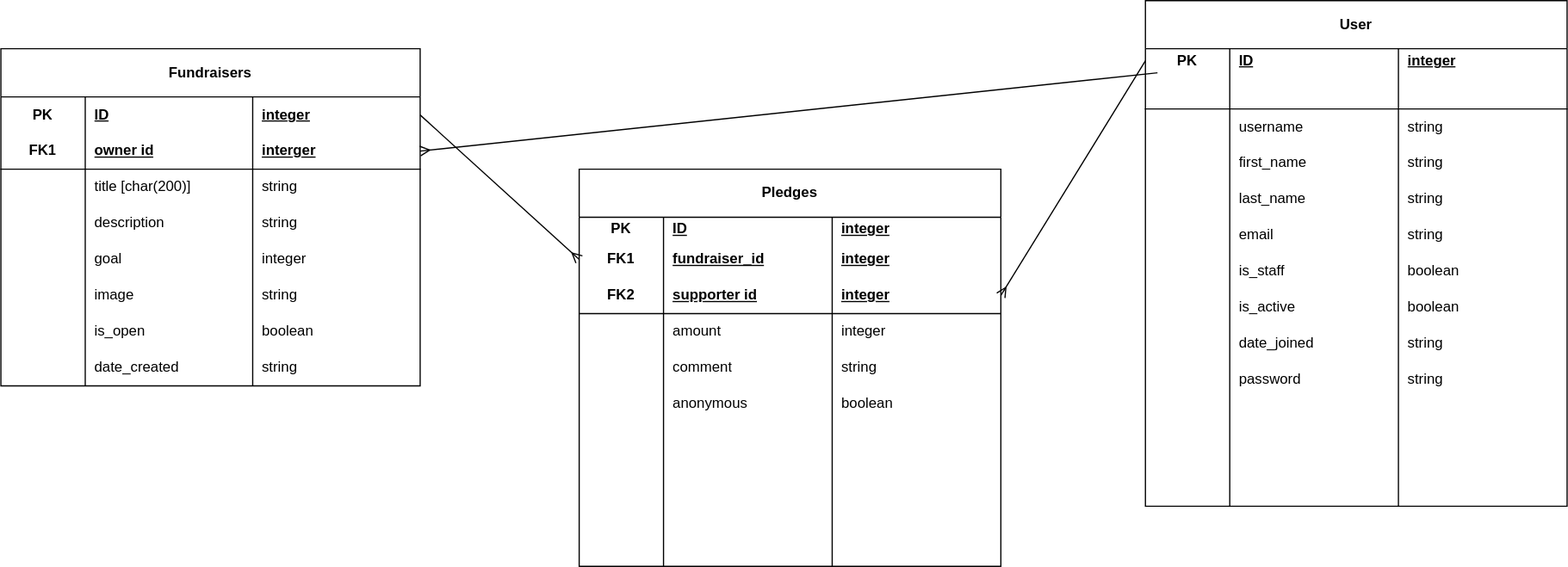
This is database.drawio.svg from blossom-4/crowdfunding_backend, a draw.io export, as it was before one commit. Source tidied: cells renumbered, new cells last; positions are measured from the earlier drawing's top-left corner, leaving out a move shared by most shapes.
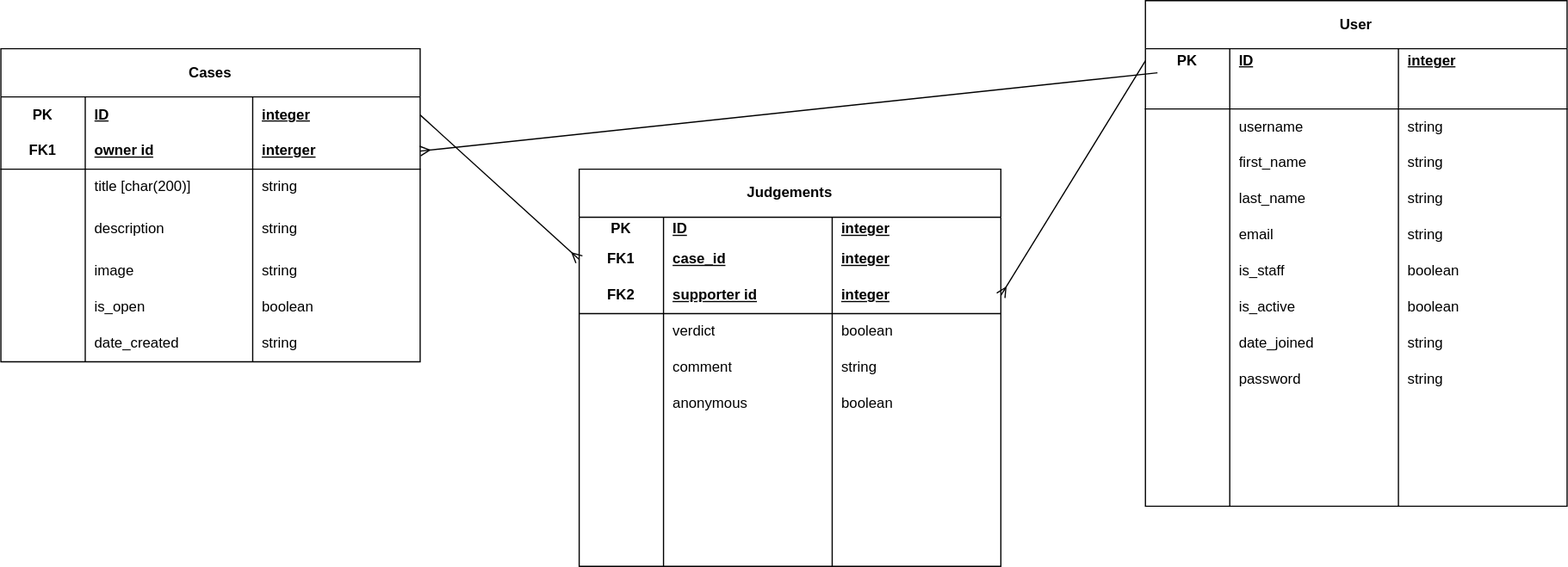
Later version of the same file.

The edit, as a diff of the source:
```diff
@@ -2,8 +2,8 @@
   <root>
     <mxCell id="0" />
     <mxCell id="1" parent="0" />
-    <mxCell id="2" value="Fundraisers" style="shape=table;startSize=40;rowLines=0;fontStyle=1;align=center;html=1;whiteSpace=wrap;" parent="1" vertex="1">
-      <mxGeometry y="40" width="348" height="280" as="geometry" />
+    <mxCell id="2" value="Cases" style="shape=table;startSize=40;rowLines=0;fontStyle=1;align=center;html=1;whiteSpace=wrap;" parent="1" vertex="1">
+      <mxGeometry y="40" width="348" height="260" as="geometry" />
     </mxCell>
     <mxCell id="3" style="shape=tableRow;horizontal=0;startSize=0;swimlaneHead=0;swimlaneBody=0;fillColor=none;points=[[0,0.5],[1,0.5]];portConstraint=eastwest;top=0;left=0;right=0;bottom=0;html=1;" parent="2" vertex="1">
       <mxGeometry y="40" width="348" height="30" as="geometry" />
@@ -42,31 +42,19 @@
       <mxGeometry x="209" width="139" height="30" as="geometry" />
     </mxCell>
     <mxCell id="15" style="shape=tableRow;horizontal=0;startSize=0;swimlaneHead=0;swimlaneBody=0;fillColor=none;top=0;left=0;right=0;bottom=0;html=1;swimlaneFillColor=default;" parent="2" vertex="1">
-      <mxGeometry y="130" width="348" height="30" as="geometry" />
+      <mxGeometry y="130" width="348" height="40" as="geometry" />
     </mxCell>
     <mxCell id="16" style="shape=partialRectangle;fillColor=none;top=0;left=0;bottom=0;right=0;overflow=hidden;html=1;whiteSpace=wrap;" parent="15" vertex="1">
-      <mxGeometry width="70" height="30" as="geometry" />
+      <mxGeometry width="70" height="40" as="geometry" />
     </mxCell>
     <mxCell id="17" value="description" style="shape=partialRectangle;fillColor=none;top=0;left=0;bottom=0;right=0;align=left;spacingLeft=6;overflow=hidden;html=1;whiteSpace=wrap;" parent="15" vertex="1">
-      <mxGeometry x="70" width="139" height="30" as="geometry" />
+      <mxGeometry x="70" width="139" height="40" as="geometry" />
     </mxCell>
     <mxCell id="18" value="string" style="shape=partialRectangle;fillColor=none;top=0;left=0;bottom=0;right=0;align=left;spacingLeft=6;overflow=hidden;html=1;whiteSpace=wrap;" parent="15" vertex="1">
-      <mxGeometry x="209" width="139" height="30" as="geometry" />
+      <mxGeometry x="209" width="139" height="40" as="geometry" />
     </mxCell>
-    <mxCell id="19" style="shape=tableRow;horizontal=0;startSize=0;swimlaneHead=0;swimlaneBody=0;fillColor=none;top=0;left=0;right=0;bottom=0;html=1;swimlaneFillColor=default;" parent="2" vertex="1">
-      <mxGeometry y="160" width="348" height="30" as="geometry" />
-    </mxCell>
-    <mxCell id="20" style="shape=partialRectangle;fillColor=none;top=0;left=0;bottom=0;right=0;overflow=hidden;html=1;whiteSpace=wrap;" parent="19" vertex="1">
-      <mxGeometry width="70" height="30" as="geometry" />
-    </mxCell>
-    <mxCell id="21" value="goal" style="shape=partialRectangle;fillColor=none;top=0;left=0;bottom=0;right=0;align=left;spacingLeft=6;overflow=hidden;html=1;whiteSpace=wrap;" parent="19" vertex="1">
-      <mxGeometry x="70" width="139" height="30" as="geometry" />
-    </mxCell>
-    <mxCell id="22" value="integer" style="shape=partialRectangle;fillColor=none;top=0;left=0;bottom=0;right=0;align=left;spacingLeft=6;overflow=hidden;html=1;whiteSpace=wrap;" parent="19" vertex="1">
-      <mxGeometry x="209" width="139" height="30" as="geometry" />
-    </mxCell>
     <mxCell id="23" style="shape=tableRow;horizontal=0;startSize=0;swimlaneHead=0;swimlaneBody=0;fillColor=none;top=0;left=0;right=0;bottom=0;html=1;swimlaneFillColor=default;" parent="2" vertex="1">
-      <mxGeometry y="190" width="348" height="30" as="geometry" />
+      <mxGeometry y="170" width="348" height="30" as="geometry" />
     </mxCell>
     <mxCell id="24" style="shape=partialRectangle;fillColor=none;top=0;left=0;bottom=0;right=0;overflow=hidden;html=1;whiteSpace=wrap;" parent="23" vertex="1">
       <mxGeometry width="70" height="30" as="geometry" />
@@ -78,7 +66,7 @@
       <mxGeometry x="209" width="139" height="30" as="geometry" />
     </mxCell>
     <mxCell id="27" style="shape=tableRow;horizontal=0;startSize=0;swimlaneHead=0;swimlaneBody=0;fillColor=none;top=0;left=0;right=0;bottom=0;html=1;swimlaneFillColor=default;" parent="2" vertex="1">
-      <mxGeometry y="220" width="348" height="30" as="geometry" />
+      <mxGeometry y="200" width="348" height="30" as="geometry" />
     </mxCell>
     <mxCell id="28" style="shape=partialRectangle;fillColor=none;top=0;left=0;bottom=0;right=0;overflow=hidden;html=1;whiteSpace=wrap;" parent="27" vertex="1">
       <mxGeometry width="70" height="30" as="geometry" />
@@ -90,7 +78,7 @@
       <mxGeometry x="209" width="139" height="30" as="geometry" />
     </mxCell>
     <mxCell id="31" style="shape=tableRow;horizontal=0;startSize=0;swimlaneHead=0;swimlaneBody=0;fillColor=none;top=0;left=0;right=0;bottom=0;html=1;swimlaneFillColor=default;" parent="2" vertex="1">
-      <mxGeometry y="250" width="348" height="30" as="geometry" />
+      <mxGeometry y="230" width="348" height="30" as="geometry" />
     </mxCell>
     <mxCell id="32" style="shape=partialRectangle;fillColor=none;top=0;left=0;bottom=0;right=0;overflow=hidden;html=1;whiteSpace=wrap;" parent="31" vertex="1">
       <mxGeometry width="70" height="30" as="geometry" />
@@ -101,7 +89,7 @@
     <mxCell id="34" value="string" style="shape=partialRectangle;fillColor=none;top=0;left=0;bottom=0;right=0;align=left;spacingLeft=6;overflow=hidden;html=1;whiteSpace=wrap;" parent="31" vertex="1">
       <mxGeometry x="209" width="139" height="30" as="geometry" />
     </mxCell>
-    <mxCell id="35" value="Pledges" style="shape=table;startSize=40;rowLines=0;fontStyle=1;align=center;html=1;whiteSpace=wrap;" parent="1" vertex="1">
+    <mxCell id="35" value="Judgements" style="shape=table;startSize=40;rowLines=0;fontStyle=1;align=center;html=1;whiteSpace=wrap;" parent="1" vertex="1">
       <mxGeometry x="480" y="140" width="350" height="330" as="geometry" />
     </mxCell>
     <mxCell id="36" style="shape=tableRow;horizontal=0;startSize=0;swimlaneHead=0;swimlaneBody=0;fillColor=none;top=0;left=0;right=0;bottom=0;html=1;" parent="35" vertex="1">
@@ -122,7 +110,7 @@
     <mxCell id="41" value="FK1" style="shape=partialRectangle;fillColor=none;top=0;left=0;bottom=0;right=0;fontStyle=1;overflow=hidden;html=1;whiteSpace=wrap;" parent="40" vertex="1">
       <mxGeometry width="70" height="30" as="geometry" />
     </mxCell>
-    <mxCell id="42" value="fundraiser_id" style="shape=partialRectangle;fillColor=none;top=0;left=0;bottom=0;right=0;align=left;spacingLeft=6;fontStyle=5;overflow=hidden;html=1;whiteSpace=wrap;" parent="40" vertex="1">
+    <mxCell id="42" value="case_id" style="shape=partialRectangle;fillColor=none;top=0;left=0;bottom=0;right=0;align=left;spacingLeft=6;fontStyle=5;overflow=hidden;html=1;whiteSpace=wrap;" parent="40" vertex="1">
       <mxGeometry x="70" width="140" height="30" as="geometry" />
     </mxCell>
     <mxCell id="43" value="integer" style="shape=partialRectangle;fillColor=none;top=0;left=0;bottom=0;right=0;align=left;spacingLeft=6;fontStyle=5;overflow=hidden;html=1;whiteSpace=wrap;" parent="40" vertex="1">
@@ -146,10 +134,10 @@
     <mxCell id="49" style="shape=partialRectangle;fillColor=none;top=0;left=0;bottom=0;right=0;overflow=hidden;html=1;whiteSpace=wrap;" parent="48" vertex="1">
       <mxGeometry width="70" height="30" as="geometry" />
     </mxCell>
-    <mxCell id="50" value="amount" style="shape=partialRectangle;fillColor=none;top=0;left=0;bottom=0;right=0;align=left;spacingLeft=6;overflow=hidden;html=1;whiteSpace=wrap;" parent="48" vertex="1">
+    <mxCell id="50" value="verdict" style="shape=partialRectangle;fillColor=none;top=0;left=0;bottom=0;right=0;align=left;spacingLeft=6;overflow=hidden;html=1;whiteSpace=wrap;" parent="48" vertex="1">
       <mxGeometry x="70" width="140" height="30" as="geometry" />
     </mxCell>
-    <mxCell id="51" value="integer" style="shape=partialRectangle;fillColor=none;top=0;left=0;bottom=0;right=0;align=left;spacingLeft=6;overflow=hidden;html=1;whiteSpace=wrap;" parent="48" vertex="1">
+    <mxCell id="51" value="boolean" style="shape=partialRectangle;fillColor=none;top=0;left=0;bottom=0;right=0;align=left;spacingLeft=6;overflow=hidden;html=1;whiteSpace=wrap;" parent="48" vertex="1">
       <mxGeometry x="210" width="140" height="30" as="geometry" />
     </mxCell>
     <mxCell id="52" style="shape=tableRow;horizontal=0;startSize=0;swimlaneHead=0;swimlaneBody=0;fillColor=none;top=0;left=0;right=0;bottom=0;html=1;swimlaneFillColor=default;" parent="35" vertex="1">
```
